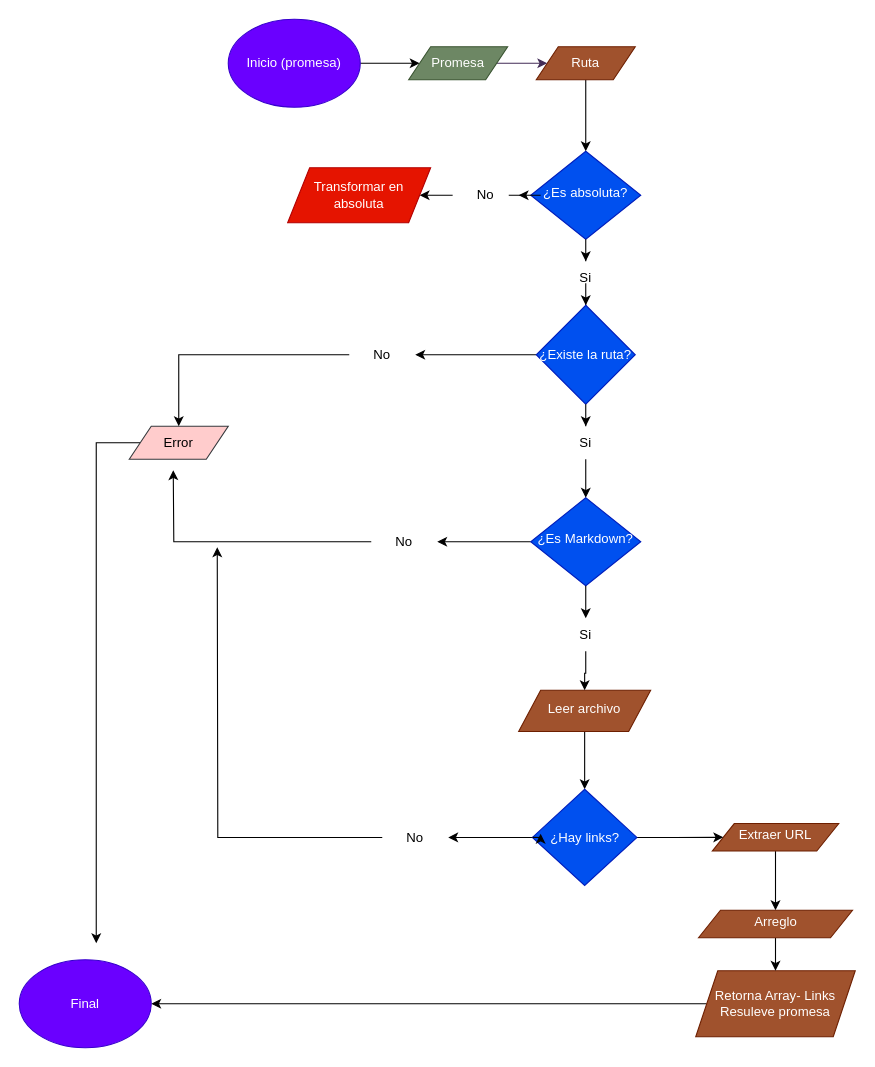
LorenaBarr/DEV010-md-links keeps this draw.io diagram as DiagramadeFlujoMdlinks.drawio. Above is the earlier version. Source tidied: cells renumbered, new cells numbered last; positions are measured from the earlier drawing's top-left corner, leaving out a move shared by most shapes. Both pictures are drawn from the tidied source at 110%, with x=0, y=0 at pixel (19, 19).
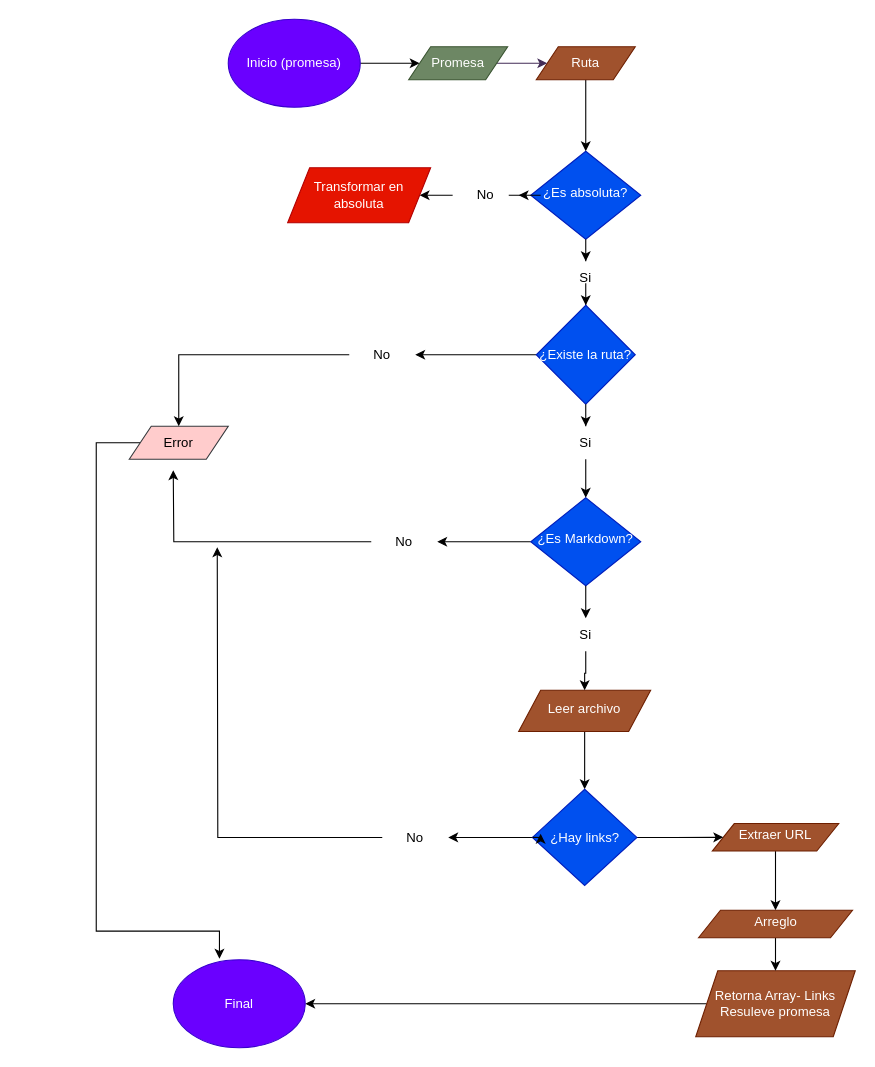
The same diagram, later.

Unchanged cells that the change refers to:
```xml
<mxCell id="17" value="Error" style="shape=parallelogram;perimeter=parallelogramPerimeter;whiteSpace=wrap;html=1;fixedSize=1;fillColor=#ffcccc;strokeColor=#36393d;" parent="1" vertex="1">
  <mxGeometry x="100" y="370" width="90" height="30" as="geometry" />
</mxCell>
```

Diff of the diagram source:
```diff
@@
     <mxCell id="13" value="Final" style="ellipse;whiteSpace=wrap;html=1;fillColor=#6a00ff;fontColor=#ffffff;strokeColor=#3700CC;" parent="1" vertex="1">
-      <mxGeometry y="855" width="120" height="80" as="geometry" />
+      <mxGeometry x="140" y="855" width="120" height="80" as="geometry" />
     </mxCell>
@@
-    <mxCell id="16" style="edgeStyle=orthogonalEdgeStyle;rounded=0;jettySize=auto;html=1;" parent="1" edge="1" source="17">
+    <mxCell id="16" style="edgeStyle=orthogonalEdgeStyle;rounded=0;jettySize=auto;html=1;entryX=0.35;entryY=-0.012;entryDx=0;entryDy=0;entryPerimeter=0;" parent="1" edge="1" source="17" target="13">
       <mxGeometry relative="1" as="geometry">
-        <mxPoint x="70" y="840" as="targetPoint" />
         <Array as="points">
           <mxPoint x="70" y="385" />
+          <mxPoint x="70" y="829" />
         </Array>
       </mxGeometry>
     </mxCell>
```
